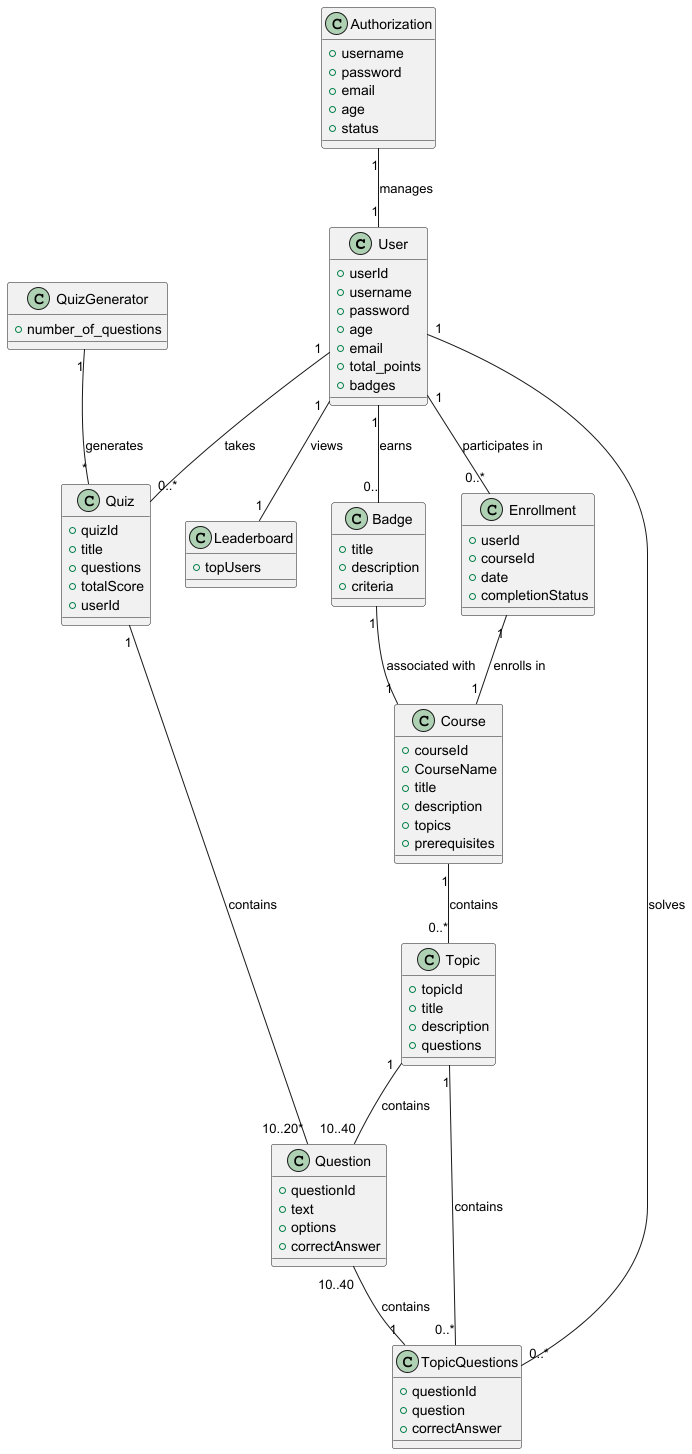
Above: documentation/diagrams/domain_model.png in Noureqo1/Banana-brain-learning (PlantUML), before the change.
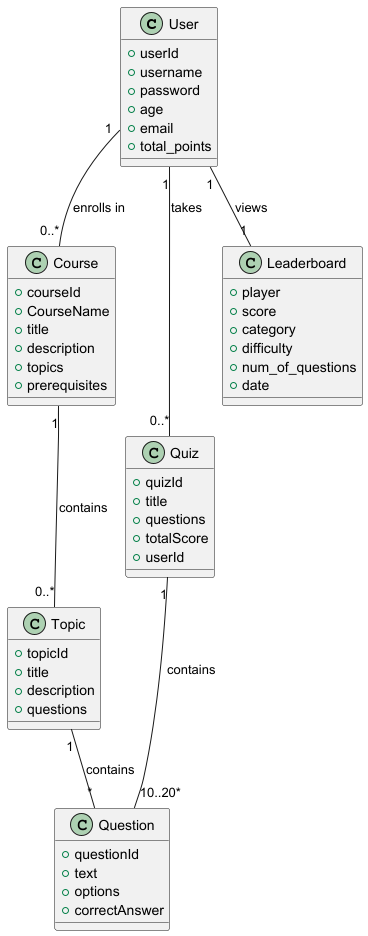
After the commit.

The edit, as a diff of the source:
```diff
@@ -7,7 +7,7 @@
     +age
     +email
     +total_points
-    +badges
+
 }
 class Course
 {
@@ -42,52 +42,21 @@
 }
 class Leaderboard
 {
-    +topUsers
+    +player
+    +score
+    +category
+    +difficulty
+    +num_of_questions
+    +date
 }
 
-class Badge
-{
-    +title
-    +description
-    +criteria
-}
-class Enrollment
-{
-    +userId
-    +courseId
-    +date
-    +completionStatus
-}
-class TopicQuestions
-{
-    +questionId
-    +question
-    +correctAnswer
-}
-class Authorization
-{
-    +username
-    +password
-    +email
-    +age
-    +status
-}
-class QuizGenerator
-{
-    +number_of_questions
-}
-User "1" -- "0..*" Enrollment : participates in
+
 User "1" -- "1" Leaderboard : views
-Enrollment "1" -- "1" Course : enrolls in
+User "1" -- "0..*" Course : enrolls in
 Course "1" -- "0..*" Topic : contains
-Topic "1" -- "10..40" Question : contains
+Topic "1" -- "*" Question : contains
 User "1" -- "0..*" Quiz : takes
 Quiz "1" -- "10..20*" Question : contains
-User "1" -- "0.." Badge : earns
-Authorization "1" -- "1" User : manages
-QuizGenerator "1" -- "*" Quiz : generates
-Topic "1" -- "0..*" TopicQuestions : contains
-Badge "1" -- "1" Course : associated with
-User "1" -- "0..*" TopicQuestions : solves
-Question "10..40" -- "1" TopicQuestions : contains
+
+
 @enduml
```
